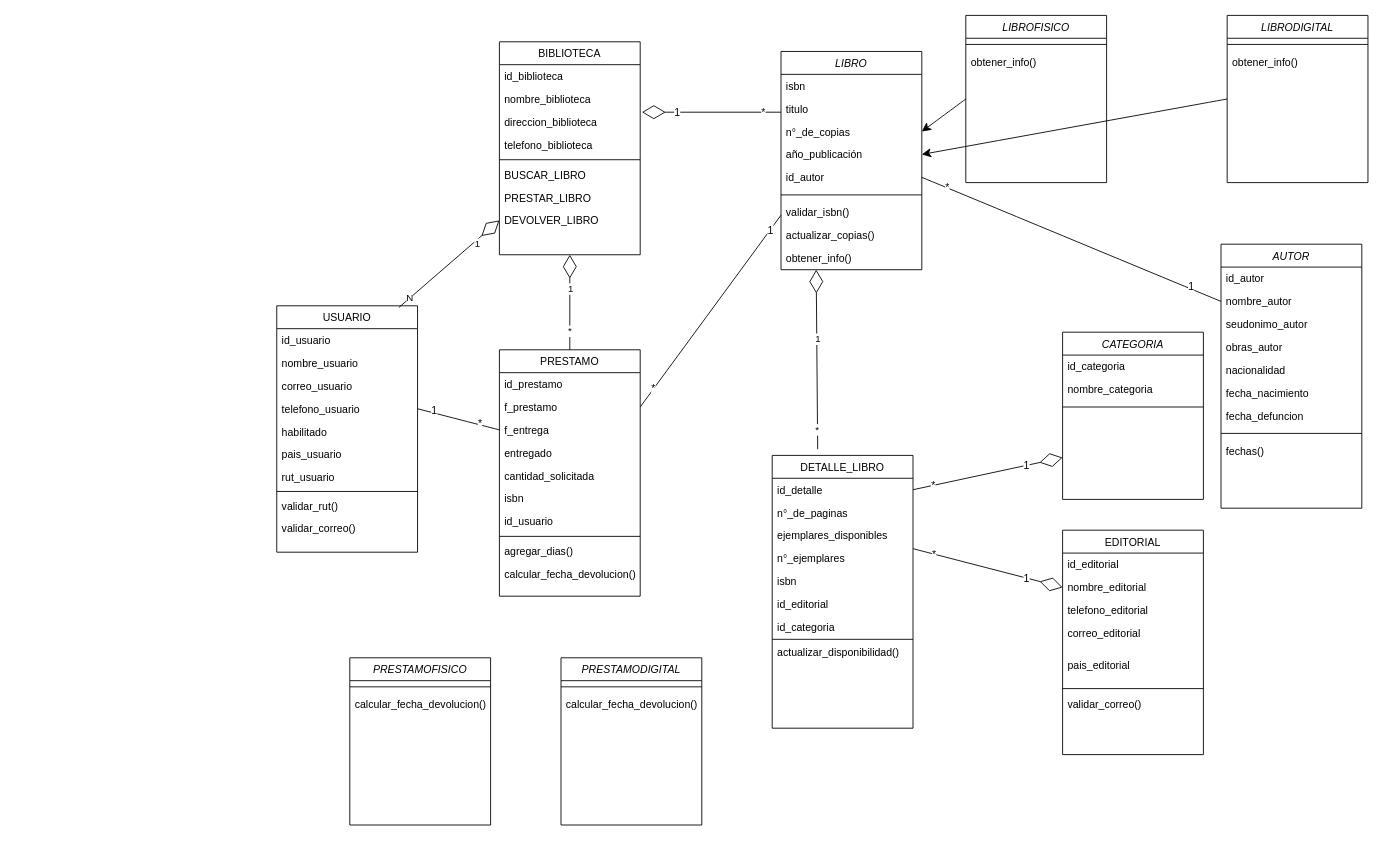
Franc-isco/Taller keeps this draw.io diagram as Biblioteca/clases/biblioteca.drawio. Above is the earlier version. Source tidied: cells renumbered, new cells numbered last; positions are measured from the earlier drawing's top-left corner, leaving out a move shared by most shapes. Both pictures are drawn from the tidied source at 88%, with x=0, y=0 at pixel (276, 15).
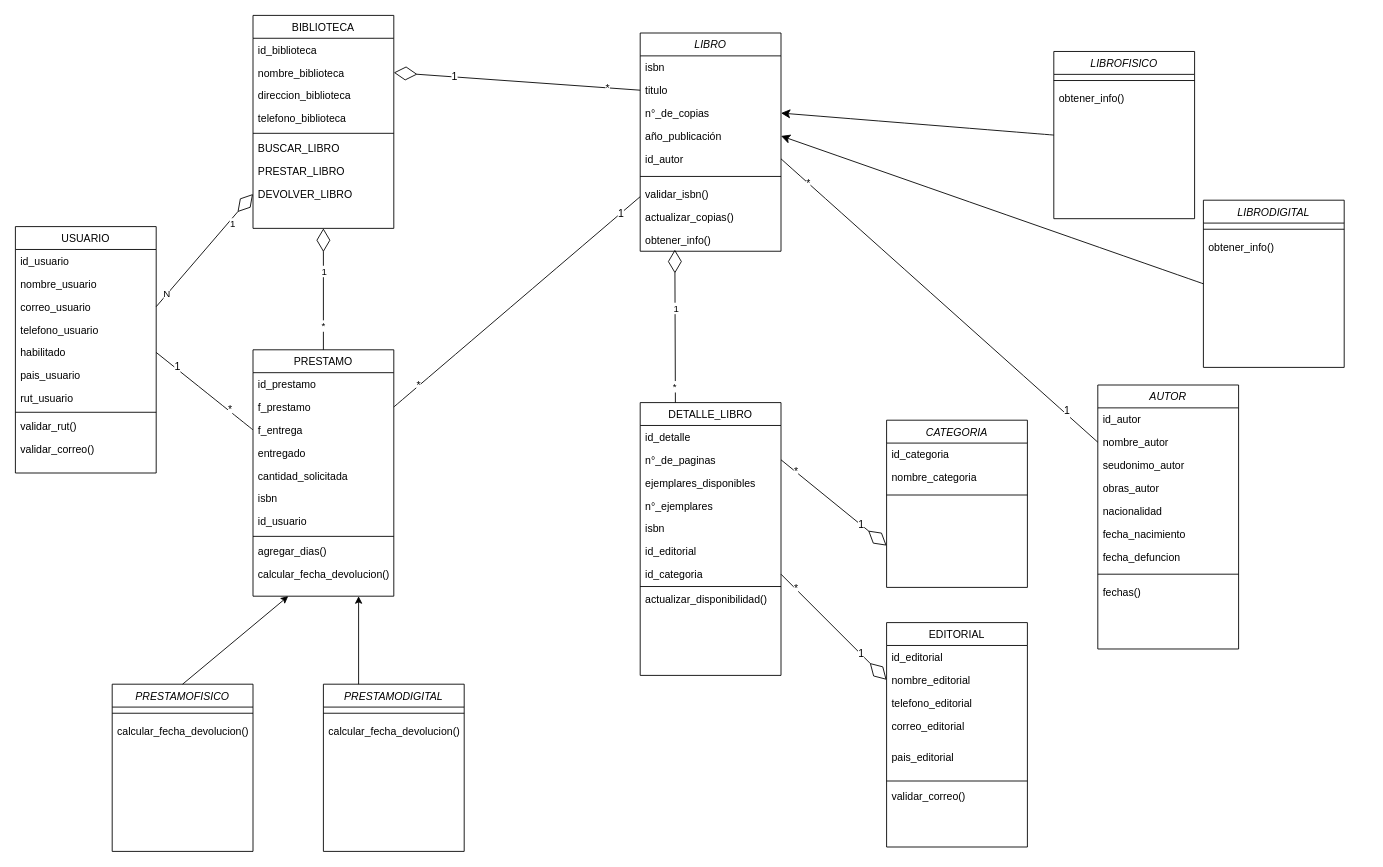
The same page after the edit.

Unchanged cells that the change refers to:
```xml
<mxCell id="4" value="nombre_editorial" style="text;align=left;verticalAlign=top;spacingLeft=4;spacingRight=4;overflow=hidden;points=[[0,0.5],[1,0.5]];portConstraint=eastwest;rounded=0;shadow=0;html=0;" parent="2" vertex="1">
  <mxGeometry y="52" width="160" height="26" as="geometry" />
</mxCell>
<mxCell id="13" value="correo_usuario" style="text;align=left;verticalAlign=top;spacingLeft=4;spacingRight=4;overflow=hidden;points=[[0,0.5],[1,0.5]];portConstraint=eastwest;" parent="10" vertex="1">
  <mxGeometry y="78" width="160" height="26" as="geometry" />
</mxCell>
<mxCell id="14" value="telefono_usuario" style="text;align=left;verticalAlign=top;spacingLeft=4;spacingRight=4;overflow=hidden;points=[[0,0.5],[1,0.5]];portConstraint=eastwest;" parent="10" vertex="1">
  <mxGeometry y="104" width="160" height="26" as="geometry" />
</mxCell>
<mxCell id="15" value="habilitado" style="text;align=left;verticalAlign=top;spacingLeft=4;spacingRight=4;overflow=hidden;points=[[0,0.5],[1,0.5]];portConstraint=eastwest;" parent="10" vertex="1">
  <mxGeometry y="130" width="160" height="26" as="geometry" />
</mxCell>
<mxCell id="22" value="id_detalle" style="text;align=left;verticalAlign=top;spacingLeft=4;spacingRight=4;overflow=hidden;points=[[0,0.5],[1,0.5]];portConstraint=eastwest;rounded=0;shadow=0;html=0;" parent="21" vertex="1">
  <mxGeometry y="26" width="160" height="26" as="geometry" />
</mxCell>
<mxCell id="23" value="n°_de_paginas" style="text;align=left;verticalAlign=top;spacingLeft=4;spacingRight=4;overflow=hidden;points=[[0,0.5],[1,0.5]];portConstraint=eastwest;rounded=0;shadow=0;html=0;" parent="21" vertex="1">
  <mxGeometry y="52" width="160" height="26" as="geometry" />
</mxCell>
<mxCell id="28" value="id_categoria" style="text;align=left;verticalAlign=top;spacingLeft=4;spacingRight=4;overflow=hidden;points=[[0,0.5],[1,0.5]];portConstraint=eastwest;rounded=0;shadow=0;html=0;" parent="21" vertex="1">
  <mxGeometry y="182" width="160" height="26" as="geometry" />
</mxCell>
<mxCell id="34" value="f_entrega" style="text;align=left;verticalAlign=top;spacingLeft=4;spacingRight=4;overflow=hidden;points=[[0,0.5],[1,0.5]];portConstraint=eastwest;rounded=0;shadow=0;html=0;" parent="31" vertex="1">
  <mxGeometry y="78" width="160" height="26" as="geometry" />
</mxCell>
<mxCell id="44" value="nombre_biblioteca" style="text;align=left;verticalAlign=top;spacingLeft=4;spacingRight=4;overflow=hidden;points=[[0,0.5],[1,0.5]];portConstraint=eastwest;" parent="42" vertex="1">
  <mxGeometry y="52" width="160" height="26" as="geometry" />
</mxCell>
<mxCell id="50" value="DEVOLVER_LIBRO" style="text;align=left;verticalAlign=top;spacingLeft=4;spacingRight=4;overflow=hidden;points=[[0,0.5],[1,0.5]];portConstraint=eastwest;rounded=0;shadow=0;html=0;" parent="42" vertex="1">
  <mxGeometry y="190" width="160" height="26" as="geometry" />
</mxCell>
<mxCell id="63" value="titulo" style="text;align=left;verticalAlign=top;spacingLeft=4;spacingRight=4;overflow=hidden;points=[[0,0.5],[1,0.5]];portConstraint=eastwest;rounded=0;shadow=0;html=0;" parent="61" vertex="1">
  <mxGeometry y="52" width="160" height="26" as="geometry" />
</mxCell>
<mxCell id="70" value="obtener_info()" style="text;align=left;verticalAlign=top;spacingLeft=4;spacingRight=4;overflow=hidden;points=[[0,0.5],[1,0.5]];portConstraint=eastwest;" parent="61" vertex="1">
  <mxGeometry y="222" width="160" height="26" as="geometry" />
</mxCell>
```

Diff of the diagram source:
```diff
@@
     <mxCell id="2" value="EDITORIAL" style="swimlane;fontStyle=0;align=center;verticalAlign=top;horizontal=1;startSize=26;rounded=0;shadow=0;strokeWidth=1;" parent="1" vertex="1">
-      <mxGeometry x="893" y="585" width="160" height="255" as="geometry" />
+      <mxGeometry x="693" y="690" width="160" height="255" as="geometry" />
     </mxCell>
@@
     <mxCell id="10" value="USUARIO" style="swimlane;fontStyle=0;align=center;verticalAlign=top;horizontal=1;startSize=26;rounded=0;shadow=0;strokeWidth=1;" parent="1" vertex="1">
-      <mxGeometry y="330" width="160" height="280" as="geometry" />
+      <mxGeometry x="-297" y="240" width="160" height="280" as="geometry" />
     </mxCell>
@@
     <mxCell id="21" value="DETALLE_LIBRO" style="swimlane;fontStyle=0;align=center;verticalAlign=top;horizontal=1;startSize=26;rounded=0;shadow=0;strokeWidth=1;" parent="1" vertex="1">
-      <mxGeometry x="563" y="500" width="160" height="310" as="geometry" />
+      <mxGeometry x="413" y="440" width="160" height="310" as="geometry" />
     </mxCell>
@@
     <mxCell id="31" value="PRESTAMO" style="swimlane;fontStyle=0;align=center;verticalAlign=top;horizontal=1;startSize=26;rounded=0;shadow=0;strokeWidth=1;" parent="1" vertex="1">
-      <mxGeometry x="253" y="380" width="160" height="280" as="geometry" />
+      <mxGeometry x="-27" y="380" width="160" height="280" as="geometry" />
     </mxCell>
@@
     <mxCell id="42" value="BIBLIOTECA" style="swimlane;fontStyle=0;align=center;verticalAlign=top;horizontal=1;startSize=26;rounded=0;shadow=0;strokeWidth=1;" parent="1" vertex="1">
-      <mxGeometry x="253" y="30" width="160" height="242" as="geometry" />
+      <mxGeometry x="-27" width="160" height="242" as="geometry" />
     </mxCell>
@@
     <mxCell id="51" value="AUTOR" style="swimlane;fontStyle=2;align=center;verticalAlign=top;horizontal=1;startSize=26;rounded=0;shadow=0;strokeWidth=1;" parent="1" vertex="1">
-      <mxGeometry x="1073" y="260" width="160" height="300" as="geometry" />
+      <mxGeometry x="933" y="420" width="160" height="300" as="geometry" />
     </mxCell>
@@
     <mxCell id="61" value="LIBRO" style="swimlane;fontStyle=2;align=center;verticalAlign=top;horizontal=1;startSize=26;rounded=0;shadow=0;strokeWidth=1;" parent="1" vertex="1">
-      <mxGeometry x="573" y="41" width="160" height="248" as="geometry" />
+      <mxGeometry x="413" y="20" width="160" height="248" as="geometry" />
     </mxCell>
@@
-    <mxCell id="71" style="endArrow=diamondThin;endFill=0;endSize=24;html=1;rounded=0;entryX=0;entryY=0.5;entryDx=0;entryDy=0;exitX=0.867;exitY=0.007;exitDx=0;exitDy=0;exitPerimeter=0;" parent="1" edge="1" source="10" target="50">
+    <mxCell id="71" style="endArrow=diamondThin;endFill=0;endSize=24;html=1;rounded=0;entryX=0;entryY=0.5;entryDx=0;entryDy=0;exitX=1;exitY=0.5;exitDx=0;exitDy=0;" parent="1" edge="1" source="13" target="50">
       <mxGeometry relative="1" as="geometry" />
     </mxCell>
@@
-    <mxCell id="77" style="endArrow=diamondThin;endFill=0;endSize=24;html=1;rounded=0;" parent="1" edge="1">
-      <mxGeometry relative="1" as="geometry">
-        <mxPoint x="573" y="110" as="sourcePoint" />
-        <mxPoint x="415" y="110" as="targetPoint" />
-      </mxGeometry>
+    <mxCell id="77" style="endArrow=diamondThin;endFill=0;endSize=24;html=1;rounded=0;entryX=1;entryY=0.5;entryDx=0;entryDy=0;exitX=0;exitY=0.5;exitDx=0;exitDy=0;" parent="1" edge="1" source="63" target="44">
+      <mxGeometry relative="1" as="geometry" />
     </mxCell>
@@
-    <mxCell id="80" style="endArrow=diamondThin;endFill=0;endSize=24;html=1;rounded=0;entryX=0.25;entryY=1;entryDx=0;entryDy=0;exitX=0.323;exitY=-0.023;exitDx=0;exitDy=0;exitPerimeter=0;" parent="1" edge="1" source="21" target="61">
+    <mxCell id="80" style="endArrow=diamondThin;endFill=0;endSize=24;html=1;rounded=0;entryX=0.246;entryY=0.931;entryDx=0;entryDy=0;exitX=0.25;exitY=0;exitDx=0;exitDy=0;entryPerimeter=0;" parent="1" edge="1" source="21" target="70">
       <mxGeometry relative="1" as="geometry" />
     </mxCell>
@@
     <mxCell id="83" value="CATEGORIA" style="swimlane;fontStyle=2;align=center;verticalAlign=top;horizontal=1;startSize=26;rounded=0;shadow=0;strokeWidth=1;" parent="1" vertex="1">
-      <mxGeometry x="893" y="360" width="160" height="190" as="geometry" />
+      <mxGeometry x="693" y="460" width="160" height="190" as="geometry" />
     </mxCell>
@@
-    <mxCell id="87" style="endArrow=diamondThin;endFill=0;endSize=24;html=1;rounded=0;entryX=0;entryY=0.75;entryDx=0;entryDy=0;exitX=1;exitY=0.5;exitDx=0;exitDy=0;" parent="1" edge="1" source="22" target="83">
+    <mxCell id="87" style="endArrow=diamondThin;endFill=0;endSize=24;html=1;rounded=0;entryX=0;entryY=0.75;entryDx=0;entryDy=0;exitX=1;exitY=0.5;exitDx=0;exitDy=0;" parent="1" edge="1" source="23" target="83">
       <mxGeometry relative="1" as="geometry" />
     </mxCell>
@@
-    <mxCell id="90" style="endArrow=diamondThin;endFill=0;endSize=24;html=1;rounded=0;entryX=0;entryY=0.5;entryDx=0;entryDy=0;exitX=1;exitY=0.5;exitDx=0;exitDy=0;" parent="1" edge="1" target="4">
-      <mxGeometry relative="1" as="geometry">
-        <mxPoint x="723" y="606" as="sourcePoint" />
-      </mxGeometry>
+    <mxCell id="90" style="endArrow=diamondThin;endFill=0;endSize=24;html=1;rounded=0;entryX=0;entryY=0.5;entryDx=0;entryDy=0;exitX=1;exitY=0.5;exitDx=0;exitDy=0;" parent="1" edge="1" source="28" target="4">
+      <mxGeometry relative="1" as="geometry" />
     </mxCell>
@@
-    <mxCell id="96" style="endArrow=none;html=1;rounded=0;fontSize=12;startSize=8;endSize=8;curved=1;exitX=0;exitY=0.5;exitDx=0;exitDy=0;entryX=1;entryY=0.5;entryDx=0;entryDy=0;" parent="1" edge="1" source="34" target="14">
+    <mxCell id="96" style="endArrow=none;html=1;rounded=0;fontSize=12;startSize=8;endSize=8;curved=1;exitX=0;exitY=0.5;exitDx=0;exitDy=0;entryX=1;entryY=0.5;entryDx=0;entryDy=0;" parent="1" edge="1" source="34" target="15">
       <mxGeometry relative="1" as="geometry" />
     </mxCell>
@@
     <mxCell id="102" value="LIBROFISICO" style="swimlane;fontStyle=2;align=center;verticalAlign=top;horizontal=1;startSize=26;rounded=0;shadow=0;strokeWidth=1;" parent="1" vertex="1">
-      <mxGeometry x="783" width="160" height="190" as="geometry" />
+      <mxGeometry x="883" y="41" width="160" height="190" as="geometry" />
     </mxCell>
@@
     <mxCell id="105" value="LIBRODIGITAL" style="swimlane;fontStyle=2;align=center;verticalAlign=top;horizontal=1;startSize=26;rounded=0;shadow=0;strokeWidth=1;" parent="1" vertex="1">
-      <mxGeometry x="1080" width="160" height="190" as="geometry" />
+      <mxGeometry x="1053" y="210" width="160" height="190" as="geometry" />
     </mxCell>
@@
     <mxCell id="110" value="PRESTAMOFISICO" style="swimlane;fontStyle=2;align=center;verticalAlign=top;horizontal=1;startSize=26;rounded=0;shadow=0;strokeWidth=1;" parent="1" vertex="1">
-      <mxGeometry x="83" y="730" width="160" height="190" as="geometry" />
+      <mxGeometry x="-187" y="760" width="160" height="190" as="geometry" />
     </mxCell>
@@
     <mxCell id="113" value="PRESTAMODIGITAL" style="swimlane;fontStyle=2;align=center;verticalAlign=top;horizontal=1;startSize=26;rounded=0;shadow=0;strokeWidth=1;" parent="1" vertex="1">
-      <mxGeometry x="323" y="730" width="160" height="190" as="geometry" />
+      <mxGeometry x="53" y="760" width="160" height="190" as="geometry" />
     </mxCell>
@@
+    <mxCell id="116" style="endArrow=classic;html=1;rounded=0;exitX=0.5;exitY=0;exitDx=0;exitDy=0;entryX=0.25;entryY=1;entryDx=0;entryDy=0;" parent="1" edge="1" source="110" target="31">
+      <mxGeometry relative="1" as="geometry" />
+    </mxCell>
+    <mxCell id="117" style="endArrow=classic;html=1;rounded=0;entryX=0.75;entryY=1;entryDx=0;entryDy=0;exitX=0.25;exitY=0;exitDx=0;exitDy=0;" parent="1" edge="1" source="113" target="31">
+      <mxGeometry relative="1" as="geometry" />
+    </mxCell>
```
